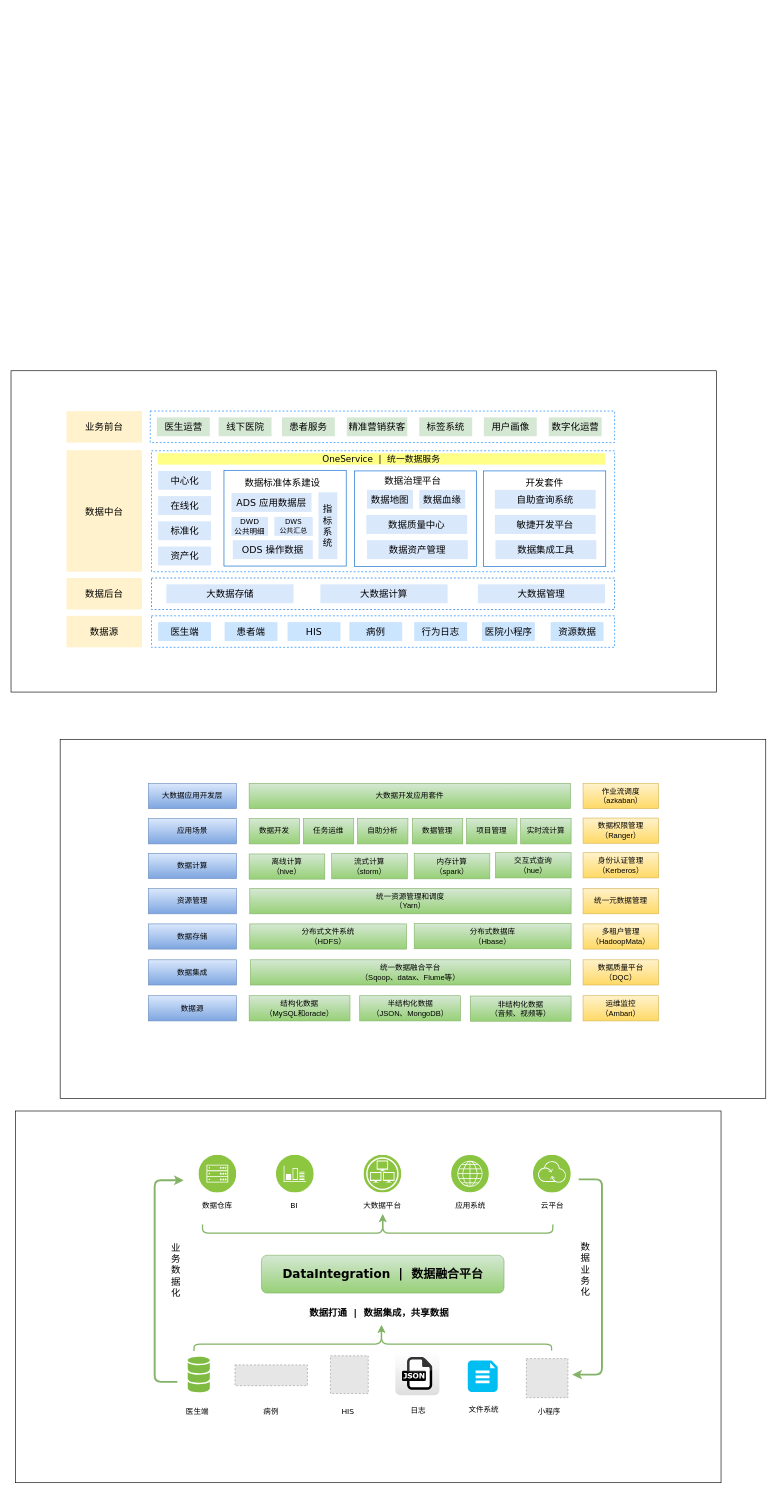
Before: allinmd_data.drawio in vectorxu/draw.io, a draw.io diagram. Source tidied: cells renumbered, new cells numbered last; positions are measured from the earlier drawing's top-left corner, leaving out a move shared by most shapes. Both pictures are drawn from the tidied source at 63%, with x=0, y=0 at pixel (11, 370). Pictures stored in the file or linked from it are replaced by grey dashed boxes.
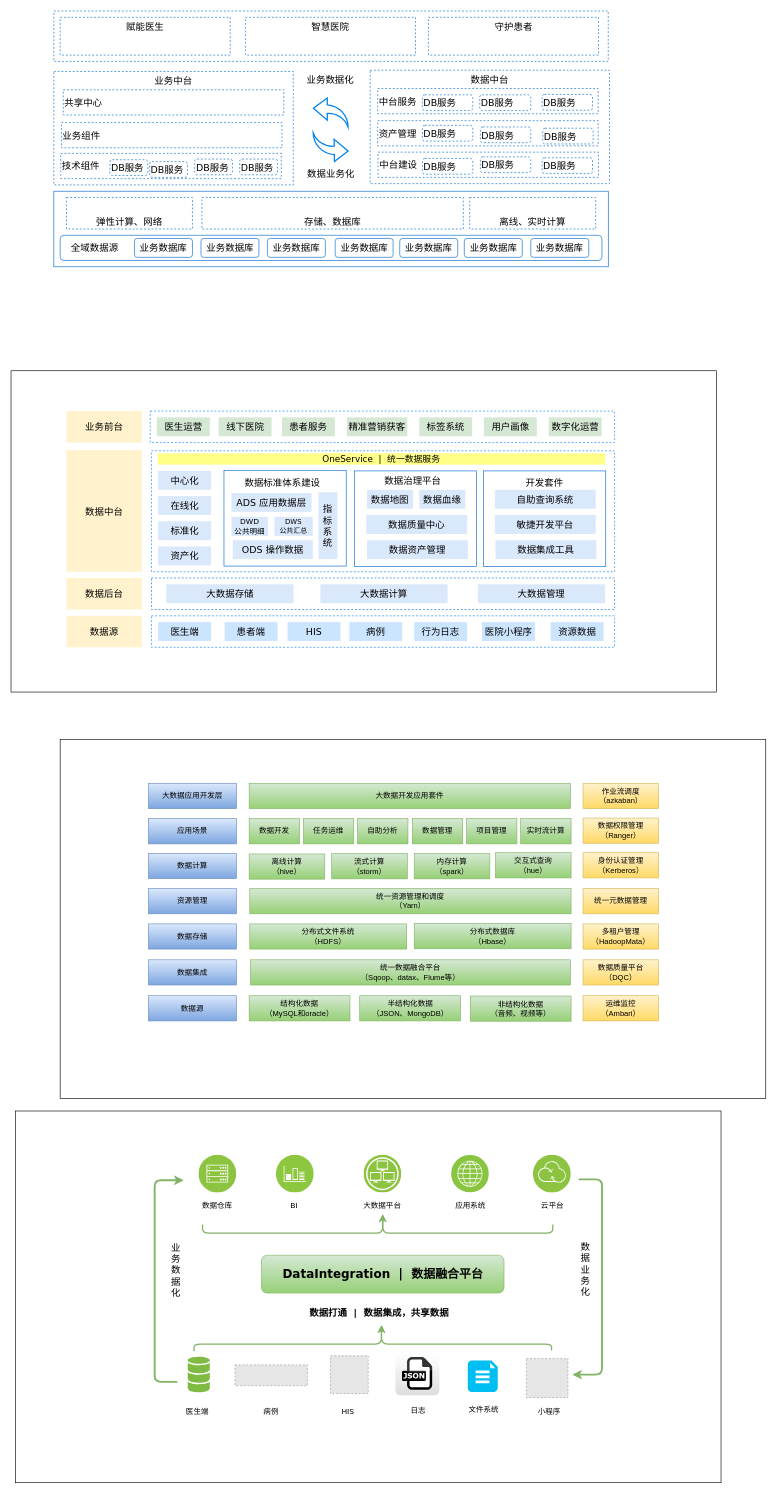
After the change.

Change to the diagram source:
```diff
@@
+    <mxCell id="117" style="rounded=0;whiteSpace=wrap;html=1;labelBackgroundColor=none;strokeColor=#0066CC;strokeWidth=1;fillColor=#FFFFFF;gradientColor=none;fontFamily=Verdana;fontSize=15;fontColor=#000000;" parent="1" vertex="1">
+      <mxGeometry x="68" y="-285" width="880" height="120" as="geometry" />
+    </mxCell>
+    <mxCell id="118" style="rounded=1;whiteSpace=wrap;html=1;labelBackgroundColor=none;strokeColor=#0066CC;strokeWidth=1;fillColor=#FFFFFF;gradientColor=none;fontFamily=Verdana;fontSize=15;fontColor=#000000;" parent="1" vertex="1">
+      <mxGeometry x="78" y="-215" width="860" height="40" as="geometry" />
+    </mxCell>
+    <mxCell id="119" value="全域数据源" style="text;html=1;strokeColor=none;fillColor=none;align=center;verticalAlign=middle;whiteSpace=wrap;rounded=0;labelBackgroundColor=none;fontFamily=Verdana;fontSize=15;fontColor=#000000;" parent="1" vertex="1">
+      <mxGeometry x="88" y="-205" width="90" height="20" as="geometry" />
+    </mxCell>
+    <mxCell id="120" value="业务数据库" style="rounded=1;whiteSpace=wrap;html=1;labelBackgroundColor=none;strokeColor=#0066CC;strokeWidth=1;fillColor=#FFFFFF;gradientColor=none;fontFamily=Verdana;fontSize=15;fontColor=#000000;" parent="1" vertex="1">
+      <mxGeometry x="196" y="-210" width="92" height="30" as="geometry" />
+    </mxCell>
+    <mxCell id="121" value="业务数据库" style="rounded=1;whiteSpace=wrap;html=1;labelBackgroundColor=none;strokeColor=#0066CC;strokeWidth=1;fillColor=#FFFFFF;gradientColor=none;fontFamily=Verdana;fontSize=15;fontColor=#000000;" parent="1" vertex="1">
+      <mxGeometry x="301.5" y="-210" width="92" height="30" as="geometry" />
+    </mxCell>
+    <mxCell id="122" value="业务数据库" style="rounded=1;whiteSpace=wrap;html=1;labelBackgroundColor=none;strokeColor=#0066CC;strokeWidth=1;fillColor=#FFFFFF;gradientColor=none;fontFamily=Verdana;fontSize=15;fontColor=#000000;" parent="1" vertex="1">
+      <mxGeometry x="407" y="-210" width="92" height="30" as="geometry" />
+    </mxCell>
+    <mxCell id="123" value="业务数据库" style="rounded=1;whiteSpace=wrap;html=1;labelBackgroundColor=none;strokeColor=#0066CC;strokeWidth=1;fillColor=#FFFFFF;gradientColor=none;fontFamily=Verdana;fontSize=15;fontColor=#000000;" parent="1" vertex="1">
+      <mxGeometry x="514.5" y="-210" width="92" height="30" as="geometry" />
+    </mxCell>
+    <mxCell id="124" value="业务数据库" style="rounded=1;whiteSpace=wrap;html=1;labelBackgroundColor=none;strokeColor=#0066CC;strokeWidth=1;fillColor=#FFFFFF;gradientColor=none;fontFamily=Verdana;fontSize=15;fontColor=#000000;" parent="1" vertex="1">
+      <mxGeometry x="617" y="-210" width="92" height="30" as="geometry" />
+    </mxCell>
+    <mxCell id="125" value="业务数据库" style="rounded=1;whiteSpace=wrap;html=1;labelBackgroundColor=none;strokeColor=#0066CC;strokeWidth=1;fillColor=#FFFFFF;gradientColor=none;fontFamily=Verdana;fontSize=15;fontColor=#000000;" parent="1" vertex="1">
+      <mxGeometry x="719.5" y="-210" width="92" height="30" as="geometry" />
+    </mxCell>
+    <mxCell id="126" value="业务数据库" style="rounded=1;whiteSpace=wrap;html=1;labelBackgroundColor=none;strokeColor=#0066CC;strokeWidth=1;fillColor=#FFFFFF;gradientColor=none;fontFamily=Verdana;fontSize=15;fontColor=#000000;" parent="1" vertex="1">
+      <mxGeometry x="825" y="-210" width="92" height="30" as="geometry" />
+    </mxCell>
+    <mxCell id="127" value="弹性计算、网络" style="rounded=0;whiteSpace=wrap;html=1;dashed=1;labelBackgroundColor=none;strokeColor=#0066CC;strokeWidth=1;fillColor=#FFFFFF;gradientColor=none;fontFamily=Verdana;fontSize=15;fontColor=#000000;verticalAlign=bottom;" parent="1" vertex="1">
+      <mxGeometry x="88" y="-275" width="200" height="50" as="geometry" />
+    </mxCell>
+    <mxCell id="128" value="离线、实时计算" style="rounded=0;whiteSpace=wrap;html=1;dashed=1;labelBackgroundColor=none;strokeColor=#0066CC;strokeWidth=1;fillColor=#FFFFFF;gradientColor=none;fontFamily=Verdana;fontSize=15;fontColor=#000000;verticalAlign=bottom;" parent="1" vertex="1">
+      <mxGeometry x="728" y="-275" width="200" height="50" as="geometry" />
+    </mxCell>
+    <mxCell id="129" value="存储、数据库" style="rounded=0;whiteSpace=wrap;html=1;dashed=1;labelBackgroundColor=none;strokeColor=#0066CC;strokeWidth=1;fillColor=#FFFFFF;gradientColor=none;fontFamily=Verdana;fontSize=15;fontColor=#000000;verticalAlign=bottom;" parent="1" vertex="1">
+      <mxGeometry x="303" y="-275" width="415" height="50" as="geometry" />
+    </mxCell>
+    <mxCell id="130" value="业务中台" style="rounded=0;whiteSpace=wrap;html=1;dashed=1;labelBackgroundColor=none;strokeColor=#0066CC;strokeWidth=1;fillColor=#FFFFFF;gradientColor=none;fontFamily=Verdana;fontSize=15;fontColor=#000000;verticalAlign=top;" parent="1" vertex="1">
+      <mxGeometry x="68" y="-475" width="380" height="180" as="geometry" />
+    </mxCell>
+    <mxCell id="131" value="数据中台" style="rounded=0;whiteSpace=wrap;html=1;dashed=1;labelBackgroundColor=none;strokeColor=#0066CC;strokeWidth=1;fillColor=#FFFFFF;gradientColor=none;fontFamily=Verdana;fontSize=15;fontColor=#000000;verticalAlign=top;" parent="1" vertex="1">
+      <mxGeometry x="570" y="-477" width="380" height="180" as="geometry" />
+    </mxCell>
+    <mxCell id="132" style="html=1;verticalLabelPosition=bottom;align=center;labelBackgroundColor=#ffffff;verticalAlign=top;strokeWidth=2;strokeColor=#0080F0;fillColor=#ffffff;shadow=0;dashed=0;shape=mxgraph.ios7.icons.back;fontFamily=Verdana;fontSize=15;fontColor=#000000;" parent="1" vertex="1">
+      <mxGeometry x="480" y="-433" width="55" height="46" as="geometry" />
+    </mxCell>
+    <mxCell id="133" style="html=1;verticalLabelPosition=bottom;align=center;labelBackgroundColor=#ffffff;verticalAlign=top;strokeWidth=2;strokeColor=#0080F0;fillColor=#ffffff;shadow=0;dashed=0;shape=mxgraph.ios7.icons.back;fontFamily=Verdana;fontSize=15;fontColor=#000000;rotation=179;" parent="1" vertex="1">
+      <mxGeometry x="480" y="-378" width="55" height="46" as="geometry" />
+    </mxCell>
+    <mxCell id="134" value="数据业务化" style="text;html=1;strokeColor=none;fillColor=none;align=center;verticalAlign=middle;whiteSpace=wrap;rounded=0;dashed=1;labelBackgroundColor=none;fontFamily=Verdana;fontSize=15;fontColor=#000000;" parent="1" vertex="1">
+      <mxGeometry x="467.5" y="-323" width="80" height="20" as="geometry" />
+    </mxCell>
+    <mxCell id="135" value="业务数据化" style="text;html=1;strokeColor=none;fillColor=none;align=center;verticalAlign=middle;whiteSpace=wrap;rounded=0;dashed=1;labelBackgroundColor=none;fontFamily=Verdana;fontSize=15;fontColor=#000000;" parent="1" vertex="1">
+      <mxGeometry x="466.5" y="-473" width="80" height="20" as="geometry" />
+    </mxCell>
+    <mxCell id="136" style="rounded=0;whiteSpace=wrap;html=1;dashed=1;labelBackgroundColor=none;strokeColor=#0066CC;strokeWidth=1;fillColor=#FFFFFF;gradientColor=none;fontFamily=Verdana;fontSize=15;fontColor=#000000;" parent="1" vertex="1">
+      <mxGeometry x="68" y="-571" width="880" height="80" as="geometry" />
+    </mxCell>
+    <mxCell id="137" value="赋能医生" style="rounded=0;whiteSpace=wrap;html=1;dashed=1;labelBackgroundColor=none;strokeColor=#0066CC;strokeWidth=1;fillColor=#FFFFFF;gradientColor=none;fontFamily=Verdana;fontSize=15;fontColor=#000000;verticalAlign=top;" parent="1" vertex="1">
+      <mxGeometry x="78" y="-561" width="270" height="60" as="geometry" />
+    </mxCell>
+    <mxCell id="138" value="智慧医院" style="rounded=0;whiteSpace=wrap;html=1;dashed=1;labelBackgroundColor=none;strokeColor=#0066CC;strokeWidth=1;fillColor=#FFFFFF;gradientColor=none;fontFamily=Verdana;fontSize=15;fontColor=#000000;verticalAlign=top;" parent="1" vertex="1">
+      <mxGeometry x="372" y="-561" width="270" height="60" as="geometry" />
+    </mxCell>
+    <mxCell id="139" value="守护患者" style="rounded=0;whiteSpace=wrap;html=1;dashed=1;labelBackgroundColor=none;strokeColor=#0066CC;strokeWidth=1;fillColor=#FFFFFF;gradientColor=none;fontFamily=Verdana;fontSize=15;fontColor=#000000;verticalAlign=top;" parent="1" vertex="1">
+      <mxGeometry x="662.5" y="-561" width="270" height="60" as="geometry" />
+    </mxCell>
+    <mxCell id="140" value="技术组件" style="rounded=0;whiteSpace=wrap;html=1;dashed=1;labelBackgroundColor=none;strokeColor=#0066CC;strokeWidth=1;fillColor=#FFFFFF;gradientColor=none;fontFamily=Verdana;fontSize=15;fontColor=#000000;align=left;" parent="1" vertex="1">
+      <mxGeometry x="79" y="-345" width="350" height="40" as="geometry" />
+    </mxCell>
+    <mxCell id="141" value="业务组件" style="rounded=0;whiteSpace=wrap;html=1;dashed=1;labelBackgroundColor=none;strokeColor=#0066CC;strokeWidth=1;fillColor=#FFFFFF;gradientColor=none;fontFamily=Verdana;fontSize=15;fontColor=#000000;align=left;" parent="1" vertex="1">
+      <mxGeometry x="80" y="-394" width="350" height="40" as="geometry" />
+    </mxCell>
+    <mxCell id="142" value="共享中心" style="rounded=0;whiteSpace=wrap;html=1;dashed=1;labelBackgroundColor=none;strokeColor=#0066CC;strokeWidth=1;fillColor=#FFFFFF;gradientColor=none;fontFamily=Verdana;fontSize=15;fontColor=#000000;align=left;" parent="1" vertex="1">
+      <mxGeometry x="83" y="-446" width="350" height="40" as="geometry" />
+    </mxCell>
+    <mxCell id="143" value="&lt;span style=&quot;white-space: normal&quot;&gt;中台服务&lt;/span&gt;" style="rounded=0;whiteSpace=wrap;html=1;dashed=1;labelBackgroundColor=none;strokeColor=#0066CC;strokeWidth=1;fillColor=#FFFFFF;gradientColor=none;fontFamily=Verdana;fontSize=15;fontColor=#000000;align=left;" parent="1" vertex="1">
+      <mxGeometry x="582" y="-448" width="350" height="40" as="geometry" />
+    </mxCell>
+    <mxCell id="144" value="资产管理" style="rounded=0;whiteSpace=wrap;html=1;dashed=1;labelBackgroundColor=none;strokeColor=#0066CC;strokeWidth=1;fillColor=#FFFFFF;gradientColor=none;fontFamily=Verdana;fontSize=15;fontColor=#000000;align=left;" parent="1" vertex="1">
+      <mxGeometry x="582" y="-397" width="350" height="40" as="geometry" />
+    </mxCell>
+    <mxCell id="145" value="中台建设" style="rounded=0;whiteSpace=wrap;html=1;dashed=1;labelBackgroundColor=none;strokeColor=#0066CC;strokeWidth=1;fillColor=#FFFFFF;gradientColor=none;fontFamily=Verdana;fontSize=15;fontColor=#000000;align=left;" parent="1" vertex="1">
+      <mxGeometry x="582.5" y="-347" width="350" height="40" as="geometry" />
+    </mxCell>
+    <mxCell id="146" value="DB服务" style="rounded=1;whiteSpace=wrap;html=1;dashed=1;labelBackgroundColor=none;strokeColor=#0066CC;strokeWidth=1;fillColor=#FFFFFF;gradientColor=none;fontFamily=Verdana;fontSize=15;fontColor=#000000;align=left;" parent="1" vertex="1">
+      <mxGeometry x="843" y="-438.5" width="80" height="25" as="geometry" />
+    </mxCell>
+    <mxCell id="147" value="DB服务" style="rounded=1;whiteSpace=wrap;html=1;dashed=1;labelBackgroundColor=none;strokeColor=#0066CC;strokeWidth=1;fillColor=#FFFFFF;gradientColor=none;fontFamily=Verdana;fontSize=15;fontColor=#000000;align=left;" parent="1" vertex="1">
+      <mxGeometry x="291.5" y="-336" width="60" height="25" as="geometry" />
+    </mxCell>
+    <mxCell id="148" value="DB服务" style="rounded=1;whiteSpace=wrap;html=1;dashed=1;labelBackgroundColor=none;strokeColor=#0066CC;strokeWidth=1;fillColor=#FFFFFF;gradientColor=none;fontFamily=Verdana;fontSize=15;fontColor=#000000;align=left;" parent="1" vertex="1">
+      <mxGeometry x="363" y="-336" width="60" height="25" as="geometry" />
+    </mxCell>
+    <mxCell id="149" value="DB服务" style="rounded=1;whiteSpace=wrap;html=1;dashed=1;labelBackgroundColor=none;strokeColor=#0066CC;strokeWidth=1;fillColor=#FFFFFF;gradientColor=none;fontFamily=Verdana;fontSize=15;fontColor=#000000;align=left;" parent="1" vertex="1">
+      <mxGeometry x="157" y="-335" width="60" height="25" as="geometry" />
+    </mxCell>
+    <mxCell id="150" value="DB服务" style="rounded=1;whiteSpace=wrap;html=1;dashed=1;labelBackgroundColor=none;strokeColor=#0066CC;strokeWidth=1;fillColor=#FFFFFF;gradientColor=none;fontFamily=Verdana;fontSize=15;fontColor=#000000;align=left;" parent="1" vertex="1">
+      <mxGeometry x="744" y="-438" width="81" height="25" as="geometry" />
+    </mxCell>
+    <mxCell id="151" value="DB服务" style="rounded=1;whiteSpace=wrap;html=1;dashed=1;labelBackgroundColor=none;strokeColor=#0066CC;strokeWidth=1;fillColor=#FFFFFF;gradientColor=none;fontFamily=Verdana;fontSize=15;fontColor=#000000;align=left;" parent="1" vertex="1">
+      <mxGeometry x="220" y="-332" width="60" height="25" as="geometry" />
+    </mxCell>
+    <mxCell id="152" value="DB服务" style="rounded=1;whiteSpace=wrap;html=1;dashed=1;labelBackgroundColor=none;strokeColor=#0066CC;strokeWidth=1;fillColor=#FFFFFF;gradientColor=none;fontFamily=Verdana;fontSize=15;fontColor=#000000;align=left;" parent="1" vertex="1">
+      <mxGeometry x="653" y="-438" width="80" height="25" as="geometry" />
+    </mxCell>
+    <mxCell id="153" value="DB服务" style="rounded=1;whiteSpace=wrap;html=1;dashed=1;labelBackgroundColor=none;strokeColor=#0066CC;strokeWidth=1;fillColor=#FFFFFF;gradientColor=none;fontFamily=Verdana;fontSize=15;fontColor=#000000;align=left;" parent="1" vertex="1">
+      <mxGeometry x="653" y="-389.5" width="80" height="25" as="geometry" />
+    </mxCell>
+    <mxCell id="154" value="DB服务" style="rounded=1;whiteSpace=wrap;html=1;dashed=1;labelBackgroundColor=none;strokeColor=#0066CC;strokeWidth=1;fillColor=#FFFFFF;gradientColor=none;fontFamily=Verdana;fontSize=15;fontColor=#000000;align=left;" parent="1" vertex="1">
+      <mxGeometry x="745" y="-387" width="80" height="25" as="geometry" />
+    </mxCell>
+    <mxCell id="155" value="DB服务" style="rounded=1;whiteSpace=wrap;html=1;dashed=1;labelBackgroundColor=none;strokeColor=#0066CC;strokeWidth=1;fillColor=#FFFFFF;gradientColor=none;fontFamily=Verdana;fontSize=15;fontColor=#000000;align=left;" parent="1" vertex="1">
+      <mxGeometry x="844" y="-385" width="80" height="25" as="geometry" />
+    </mxCell>
+    <mxCell id="156" value="DB服务" style="rounded=1;whiteSpace=wrap;html=1;dashed=1;labelBackgroundColor=none;strokeColor=#0066CC;strokeWidth=1;fillColor=#FFFFFF;gradientColor=none;fontFamily=Verdana;fontSize=15;fontColor=#000000;align=left;" parent="1" vertex="1">
+      <mxGeometry x="653" y="-337" width="80" height="25" as="geometry" />
+    </mxCell>
+    <mxCell id="157" value="DB服务" style="rounded=1;whiteSpace=wrap;html=1;dashed=1;labelBackgroundColor=none;strokeColor=#0066CC;strokeWidth=1;fillColor=#FFFFFF;gradientColor=none;fontFamily=Verdana;fontSize=15;fontColor=#000000;align=left;" parent="1" vertex="1">
+      <mxGeometry x="745" y="-339.5" width="80" height="25" as="geometry" />
+    </mxCell>
+    <mxCell id="158" value="DB服务" style="rounded=1;whiteSpace=wrap;html=1;dashed=1;labelBackgroundColor=none;strokeColor=#0066CC;strokeWidth=1;fillColor=#FFFFFF;gradientColor=none;fontFamily=Verdana;fontSize=15;fontColor=#000000;align=left;" parent="1" vertex="1">
+      <mxGeometry x="843" y="-338" width="80" height="25" as="geometry" />
+    </mxCell>
```
